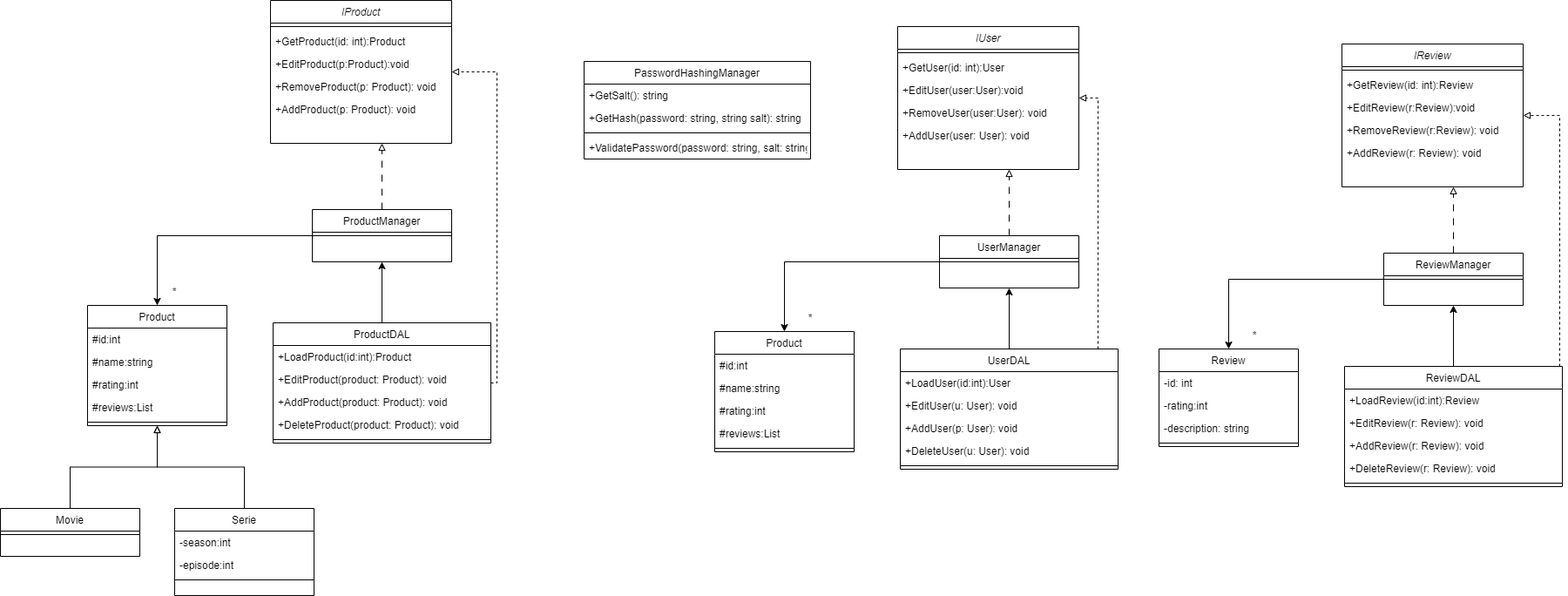
Before: Documentation/UML.png, a diagram exported from draw.io (nazim117/EuroMovie). Source tidied: cells renumbered, new cells last; positions are measured from the earlier drawing's top-left corner, leaving out a move shared by most shapes.
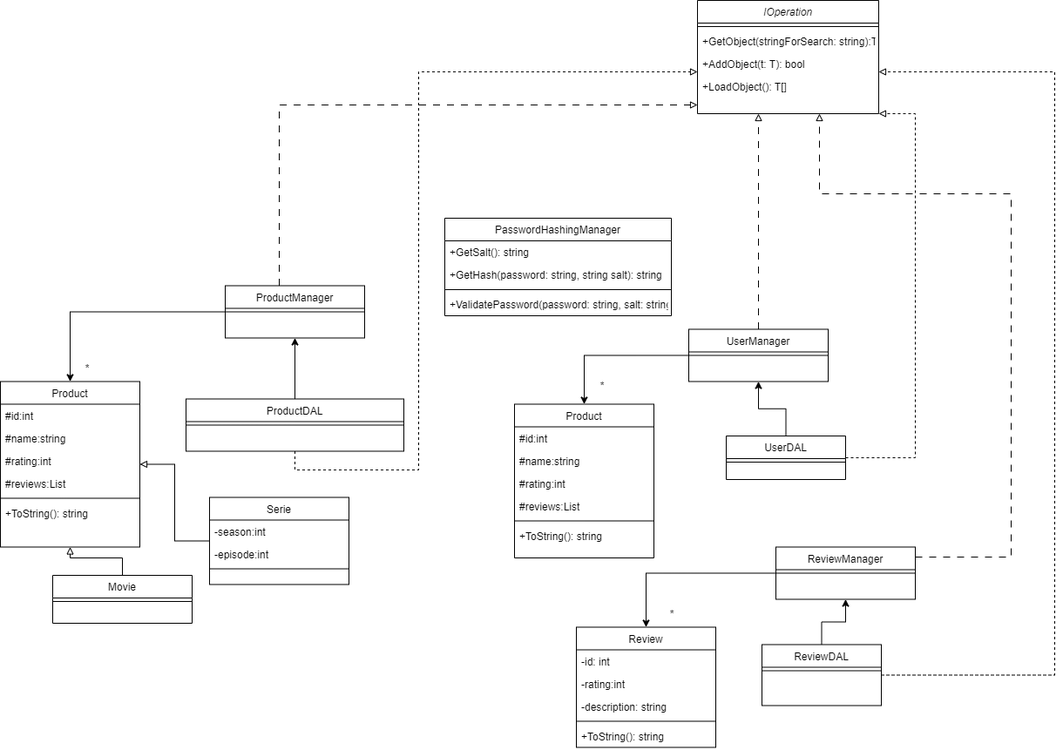
The same diagram one commit later.

Change to the diagram source:
```diff
@@ -4,4 +4,4 @@
     <mxCell id="1" parent="0" />
-    <mxCell id="2" value="IProduct" style="swimlane;fontStyle=2;align=center;verticalAlign=top;horizontal=1;startSize=26;rounded=0;shadow=0;strokeWidth=1;" parent="1" vertex="1">
-      <mxGeometry x="310" width="208" height="164" as="geometry" />
+    <mxCell id="2" value="IOperation" style="swimlane;fontStyle=2;align=center;verticalAlign=top;horizontal=1;startSize=26;rounded=0;shadow=0;strokeWidth=1;" parent="1" vertex="1">
+      <mxGeometry x="1050" y="-120" width="208" height="130" as="geometry" />
     </mxCell>
@@ -10,14 +10,11 @@
     </mxCell>
-    <mxCell id="4" value="+GetProduct(id: int):Product" style="text;align=left;verticalAlign=top;spacingLeft=4;spacingRight=4;overflow=hidden;rounded=0;shadow=0;html=0;" parent="2" vertex="1">
+    <mxCell id="4" value="+GetObject(stringForSearch: string):T" style="text;align=left;verticalAlign=top;spacingLeft=4;spacingRight=4;overflow=hidden;rounded=0;shadow=0;html=0;" parent="2" vertex="1">
       <mxGeometry y="34" width="208" height="26" as="geometry" />
     </mxCell>
-    <mxCell id="5" value="+EditProduct(p:Product):void" style="text;align=left;verticalAlign=top;spacingLeft=4;spacingRight=4;overflow=hidden;rounded=0;shadow=0;html=0;" parent="2" vertex="1">
-      <mxGeometry y="60" width="208" height="26" as="geometry" />
-    </mxCell>
-    <mxCell id="6" value="+RemoveProduct(p: Product): void" style="text;align=left;verticalAlign=top;spacingLeft=4;spacingRight=4;overflow=hidden;rounded=0;shadow=0;html=0;" parent="2" vertex="1">
-      <mxGeometry y="86" width="208" height="26" as="geometry" />
-    </mxCell>
-    <mxCell id="7" value="+AddProduct(p: Product): void" style="text;align=left;verticalAlign=top;spacingLeft=4;spacingRight=4;overflow=hidden;" parent="2" vertex="1">
-      <mxGeometry y="112" width="208" height="26" as="geometry" />
+    <mxCell id="7" value="+AddObject(t: T): bool" style="text;align=left;verticalAlign=top;spacingLeft=4;spacingRight=4;overflow=hidden;" parent="2" vertex="1">
+      <mxGeometry y="60" width="208" height="26" as="geometry" />
     </mxCell>
+    <mxCell id="89" value="+LoadObject(): T[]" style="text;align=left;verticalAlign=top;spacingLeft=4;spacingRight=4;overflow=hidden;" parent="2" vertex="1">
+      <mxGeometry y="86" width="208" height="26" as="geometry" />
+    </mxCell>
     <mxCell id="8" style="edgeStyle=orthogonalEdgeStyle;rounded=0;jettySize=auto;html=1;endArrow=block;endFill=0;" parent="1" edge="1" source="9" target="11">
@@ -26,3 +23,3 @@
     <mxCell id="9" value="Movie" style="swimlane;fontStyle=0;align=center;verticalAlign=top;horizontal=1;startSize=26;rounded=0;shadow=0;strokeWidth=1;" parent="1" vertex="1">
-      <mxGeometry y="583" width="160" height="55" as="geometry" />
+      <mxGeometry x="310" y="540" width="160" height="55" as="geometry" />
     </mxCell>
@@ -32,3 +29,3 @@
     <mxCell id="11" value="Product" style="swimlane;fontStyle=0;align=center;verticalAlign=top;horizontal=1;startSize=26;rounded=0;shadow=0;strokeWidth=1;" parent="1" vertex="1">
-      <mxGeometry x="100" y="350" width="160" height="138" as="geometry" />
+      <mxGeometry x="250" y="317.5" width="160" height="190" as="geometry" />
     </mxCell>
@@ -49,2 +46,5 @@
     </mxCell>
+    <mxCell id="90" value="+ToString(): string" style="text;align=left;verticalAlign=top;spacingLeft=4;spacingRight=4;overflow=hidden;" parent="11" vertex="1">
+      <mxGeometry y="138" width="160" height="26" as="geometry" />
+    </mxCell>
     <mxCell id="17" style="edgeStyle=orthogonalEdgeStyle;rounded=0;jettySize=auto;html=1;dashed=1;dashPattern=8 8;endArrow=block;endFill=0;" parent="1" edge="1" source="19" target="2">
@@ -52,3 +52,3 @@
         <Array as="points">
-          <mxPoint x="430" y="72" />
+          <mxPoint x="570" />
         </Array>
@@ -60,3 +60,3 @@
     <mxCell id="19" value="ProductManager" style="swimlane;fontStyle=0;align=center;verticalAlign=top;horizontal=1;startSize=26;rounded=0;shadow=0;strokeWidth=1;" parent="1" vertex="1">
-      <mxGeometry x="358" y="240" width="160" height="60" as="geometry" />
+      <mxGeometry x="508" y="207.5" width="160" height="60" as="geometry" />
     </mxCell>
@@ -69,3 +69,3 @@
     <mxCell id="22" value="Serie" style="swimlane;fontStyle=0;align=center;verticalAlign=top;horizontal=1;startSize=26;rounded=0;shadow=0;strokeWidth=1;" parent="1" vertex="1">
-      <mxGeometry x="200" y="583" width="160" height="100" as="geometry" />
+      <mxGeometry x="490" y="450.5" width="160" height="100" as="geometry" />
     </mxCell>
@@ -83,4 +83,5 @@
         <Array as="points">
-          <mxPoint x="570" y="439" />
-          <mxPoint x="570" y="82" />
+          <mxPoint x="588" y="419" />
+          <mxPoint x="730" y="419" />
+          <mxPoint x="730" y="-38" />
         </Array>
@@ -92,39 +93,9 @@
     <mxCell id="28" value="ProductDAL" style="swimlane;fontStyle=0;align=center;verticalAlign=top;horizontal=1;startSize=26;rounded=0;shadow=0;strokeWidth=1;" parent="1" vertex="1">
-      <mxGeometry x="313" y="370" width="250" height="138" as="geometry" />
+      <mxGeometry x="463" y="337.5" width="250" height="60" as="geometry" />
     </mxCell>
-    <mxCell id="29" value="+LoadProduct(id:int):Product" style="text;align=left;verticalAlign=top;spacingLeft=4;spacingRight=4;overflow=hidden;" parent="28" vertex="1">
-      <mxGeometry y="26" width="250" height="26" as="geometry" />
-    </mxCell>
-    <mxCell id="30" value="+EditProduct(product: Product): void" style="text;align=left;verticalAlign=top;spacingLeft=4;spacingRight=4;overflow=hidden;" parent="28" vertex="1">
-      <mxGeometry y="52" width="250" height="26" as="geometry" />
-    </mxCell>
-    <mxCell id="31" value="+AddProduct(product: Product): void" style="text;align=left;verticalAlign=top;spacingLeft=4;spacingRight=4;overflow=hidden;" parent="28" vertex="1">
-      <mxGeometry y="78" width="250" height="26" as="geometry" />
-    </mxCell>
-    <mxCell id="32" value="+DeleteProduct(product: Product): void" style="text;align=left;verticalAlign=top;spacingLeft=4;spacingRight=4;overflow=hidden;" parent="28" vertex="1">
-      <mxGeometry y="104" width="250" height="26" as="geometry" />
-    </mxCell>
     <mxCell id="33" style="line;html=1;strokeWidth=1;align=left;verticalAlign=middle;spacingTop=-1;spacingLeft=3;spacingRight=3;labelPosition=right;" parent="28" vertex="1">
-      <mxGeometry y="130" width="250" height="8" as="geometry" />
+      <mxGeometry y="26" width="250" height="8" as="geometry" />
     </mxCell>
-    <mxCell id="34" value="IUser" style="swimlane;fontStyle=2;align=center;verticalAlign=top;horizontal=1;startSize=26;rounded=0;shadow=0;strokeWidth=1;" parent="1" vertex="1">
-      <mxGeometry x="1030" y="30" width="208" height="164" as="geometry" />
-    </mxCell>
-    <mxCell id="35" style="line;html=1;strokeWidth=1;align=left;verticalAlign=middle;spacingTop=-1;spacingLeft=3;spacingRight=3;labelPosition=right;" parent="34" vertex="1">
-      <mxGeometry y="26" width="208" height="8" as="geometry" />
-    </mxCell>
-    <mxCell id="36" value="+GetUser(id: int):User" style="text;align=left;verticalAlign=top;spacingLeft=4;spacingRight=4;overflow=hidden;rounded=0;shadow=0;html=0;" parent="34" vertex="1">
-      <mxGeometry y="34" width="208" height="26" as="geometry" />
-    </mxCell>
-    <mxCell id="37" value="+EditUser(user:User):void" style="text;align=left;verticalAlign=top;spacingLeft=4;spacingRight=4;overflow=hidden;rounded=0;shadow=0;html=0;" parent="34" vertex="1">
-      <mxGeometry y="60" width="208" height="26" as="geometry" />
-    </mxCell>
-    <mxCell id="38" value="+RemoveUser(user:User): void" style="text;align=left;verticalAlign=top;spacingLeft=4;spacingRight=4;overflow=hidden;rounded=0;shadow=0;html=0;" parent="34" vertex="1">
-      <mxGeometry y="86" width="208" height="26" as="geometry" />
-    </mxCell>
-    <mxCell id="39" value="+AddUser(user: User): void" style="text;align=left;verticalAlign=top;spacingLeft=4;spacingRight=4;overflow=hidden;" parent="34" vertex="1">
-      <mxGeometry y="112" width="208" height="26" as="geometry" />
-    </mxCell>
     <mxCell id="40" value="Product" style="swimlane;fontStyle=0;align=center;verticalAlign=top;horizontal=1;startSize=26;rounded=0;shadow=0;strokeWidth=1;" parent="1" vertex="1">
-      <mxGeometry x="820" y="380" width="160" height="138" as="geometry" />
+      <mxGeometry x="840" y="343.5" width="160" height="176.5" as="geometry" />
     </mxCell>
@@ -145,6 +116,10 @@
     </mxCell>
+    <mxCell id="91" value="+ToString(): string" style="text;align=left;verticalAlign=top;spacingLeft=4;spacingRight=4;overflow=hidden;" parent="40" vertex="1">
+      <mxGeometry y="138" width="160" height="26" as="geometry" />
+    </mxCell>
-    <mxCell id="46" style="edgeStyle=orthogonalEdgeStyle;rounded=0;jettySize=auto;html=1;dashed=1;dashPattern=8 8;endArrow=block;endFill=0;" parent="1" edge="1" source="48" target="34">
+    <mxCell id="46" style="edgeStyle=orthogonalEdgeStyle;rounded=0;jettySize=auto;html=1;dashed=1;dashPattern=8 8;endArrow=block;endFill=0;" parent="1" edge="1" source="48" target="2">
       <mxGeometry relative="1" as="geometry">
         <Array as="points">
-          <mxPoint x="1150" y="102" />
+          <mxPoint x="1120" y="150" />
+          <mxPoint x="1120" y="150" />
         </Array>
@@ -156,3 +131,3 @@
     <mxCell id="48" value="UserManager" style="swimlane;fontStyle=0;align=center;verticalAlign=top;horizontal=1;startSize=26;rounded=0;shadow=0;strokeWidth=1;" parent="1" vertex="1">
-      <mxGeometry x="1078" y="270" width="160" height="60" as="geometry" />
+      <mxGeometry x="1040" y="257.5" width="160" height="60" as="geometry" />
     </mxCell>
@@ -161,6 +136,7 @@
     </mxCell>
-    <mxCell id="50" style="edgeStyle=orthogonalEdgeStyle;rounded=0;jettySize=auto;html=1;endArrow=block;endFill=0;dashed=1;" parent="1" edge="1" source="52" target="34">
+    <mxCell id="50" style="edgeStyle=orthogonalEdgeStyle;rounded=0;jettySize=auto;html=1;endArrow=block;endFill=0;dashed=1;" parent="1" edge="1" source="52" target="2">
       <mxGeometry relative="1" as="geometry">
         <Array as="points">
-          <mxPoint x="1260" y="112" />
+          <mxPoint x="1300" y="405" />
+          <mxPoint x="1300" y="10" />
         </Array>
@@ -172,39 +148,9 @@
     <mxCell id="52" value="UserDAL" style="swimlane;fontStyle=0;align=center;verticalAlign=top;horizontal=1;startSize=26;rounded=0;shadow=0;strokeWidth=1;" parent="1" vertex="1">
-      <mxGeometry x="1033" y="400" width="250" height="138" as="geometry" />
+      <mxGeometry x="1083" y="380" width="137" height="50" as="geometry" />
     </mxCell>
-    <mxCell id="53" value="+LoadUser(id:int):User" style="text;align=left;verticalAlign=top;spacingLeft=4;spacingRight=4;overflow=hidden;" parent="52" vertex="1">
-      <mxGeometry y="26" width="250" height="26" as="geometry" />
-    </mxCell>
-    <mxCell id="54" value="+EditUser(u: User): void" style="text;align=left;verticalAlign=top;spacingLeft=4;spacingRight=4;overflow=hidden;" parent="52" vertex="1">
-      <mxGeometry y="52" width="250" height="26" as="geometry" />
-    </mxCell>
-    <mxCell id="55" value="+AddUser(p: User): void" style="text;align=left;verticalAlign=top;spacingLeft=4;spacingRight=4;overflow=hidden;" parent="52" vertex="1">
-      <mxGeometry y="78" width="250" height="26" as="geometry" />
-    </mxCell>
-    <mxCell id="56" value="+DeleteUser(u: User): void" style="text;align=left;verticalAlign=top;spacingLeft=4;spacingRight=4;overflow=hidden;" parent="52" vertex="1">
-      <mxGeometry y="104" width="250" height="26" as="geometry" />
-    </mxCell>
     <mxCell id="57" style="line;html=1;strokeWidth=1;align=left;verticalAlign=middle;spacingTop=-1;spacingLeft=3;spacingRight=3;labelPosition=right;" parent="52" vertex="1">
-      <mxGeometry y="130" width="250" height="8" as="geometry" />
+      <mxGeometry y="26" width="137" height="8" as="geometry" />
     </mxCell>
-    <mxCell id="58" value="IReview" style="swimlane;fontStyle=2;align=center;verticalAlign=top;horizontal=1;startSize=26;rounded=0;shadow=0;strokeWidth=1;" parent="1" vertex="1">
-      <mxGeometry x="1540" y="50" width="208" height="164" as="geometry" />
-    </mxCell>
-    <mxCell id="59" style="line;html=1;strokeWidth=1;align=left;verticalAlign=middle;spacingTop=-1;spacingLeft=3;spacingRight=3;labelPosition=right;" parent="58" vertex="1">
-      <mxGeometry y="26" width="208" height="8" as="geometry" />
-    </mxCell>
-    <mxCell id="60" value="+GetReview(id: int):Review" style="text;align=left;verticalAlign=top;spacingLeft=4;spacingRight=4;overflow=hidden;rounded=0;shadow=0;html=0;" parent="58" vertex="1">
-      <mxGeometry y="34" width="208" height="26" as="geometry" />
-    </mxCell>
-    <mxCell id="61" value="+EditReview(r:Review):void" style="text;align=left;verticalAlign=top;spacingLeft=4;spacingRight=4;overflow=hidden;rounded=0;shadow=0;html=0;" parent="58" vertex="1">
-      <mxGeometry y="60" width="208" height="26" as="geometry" />
-    </mxCell>
-    <mxCell id="62" value="+RemoveReview(r:Review): void" style="text;align=left;verticalAlign=top;spacingLeft=4;spacingRight=4;overflow=hidden;rounded=0;shadow=0;html=0;" parent="58" vertex="1">
-      <mxGeometry y="86" width="208" height="26" as="geometry" />
-    </mxCell>
-    <mxCell id="63" value="+AddReview(r: Review): void" style="text;align=left;verticalAlign=top;spacingLeft=4;spacingRight=4;overflow=hidden;" parent="58" vertex="1">
-      <mxGeometry y="112" width="208" height="26" as="geometry" />
-    </mxCell>
     <mxCell id="64" value="Review" style="swimlane;fontStyle=0;align=center;verticalAlign=top;horizontal=1;startSize=26;rounded=0;shadow=0;strokeWidth=1;" parent="1" vertex="1">
-      <mxGeometry x="1330" y="400" width="160" height="112" as="geometry" />
+      <mxGeometry x="911" y="599.5" width="160" height="138" as="geometry" />
     </mxCell>
@@ -222,6 +168,11 @@
     </mxCell>
+    <mxCell id="92" value="+ToString(): string" style="text;align=left;verticalAlign=top;spacingLeft=4;spacingRight=4;overflow=hidden;" parent="64" vertex="1">
+      <mxGeometry y="112" width="160" height="26" as="geometry" />
+    </mxCell>
-    <mxCell id="69" style="edgeStyle=orthogonalEdgeStyle;rounded=0;jettySize=auto;html=1;dashed=1;dashPattern=8 8;endArrow=block;endFill=0;" parent="1" edge="1" source="71" target="58">
+    <mxCell id="69" style="edgeStyle=orthogonalEdgeStyle;rounded=0;jettySize=auto;html=1;dashed=1;dashPattern=8 8;endArrow=block;endFill=0;" parent="1" edge="1" source="71" target="2">
       <mxGeometry relative="1" as="geometry">
         <Array as="points">
-          <mxPoint x="1660" y="122" />
+          <mxPoint x="1410" y="519" />
+          <mxPoint x="1410" y="102" />
+          <mxPoint x="1190" y="102" />
         </Array>
@@ -233,3 +184,3 @@
     <mxCell id="71" value="ReviewManager" style="swimlane;fontStyle=0;align=center;verticalAlign=top;horizontal=1;startSize=26;rounded=0;shadow=0;strokeWidth=1;" parent="1" vertex="1">
-      <mxGeometry x="1588" y="290" width="160" height="60" as="geometry" />
+      <mxGeometry x="1140" y="507.5" width="160" height="60" as="geometry" />
     </mxCell>
@@ -238,6 +189,7 @@
     </mxCell>
-    <mxCell id="73" style="edgeStyle=orthogonalEdgeStyle;rounded=0;jettySize=auto;html=1;endArrow=block;endFill=0;dashed=1;" parent="1" edge="1" source="75" target="58">
+    <mxCell id="73" style="edgeStyle=orthogonalEdgeStyle;rounded=0;jettySize=auto;html=1;endArrow=block;endFill=0;dashed=1;" parent="1" edge="1" source="75" target="2">
       <mxGeometry relative="1" as="geometry">
         <Array as="points">
-          <mxPoint x="1790" y="132" />
+          <mxPoint x="1460" y="655" />
+          <mxPoint x="1460" y="-38" />
         </Array>
@@ -249,21 +201,9 @@
     <mxCell id="75" value="ReviewDAL" style="swimlane;fontStyle=0;align=center;verticalAlign=top;horizontal=1;startSize=26;rounded=0;shadow=0;strokeWidth=1;" parent="1" vertex="1">
-      <mxGeometry x="1543" y="420" width="250" height="138" as="geometry" />
+      <mxGeometry x="1124" y="619.5" width="137" height="70" as="geometry" />
     </mxCell>
-    <mxCell id="76" value="+LoadReview(id:int):Review" style="text;align=left;verticalAlign=top;spacingLeft=4;spacingRight=4;overflow=hidden;" parent="75" vertex="1">
-      <mxGeometry y="26" width="250" height="26" as="geometry" />
-    </mxCell>
-    <mxCell id="77" value="+EditReview(r: Review): void" style="text;align=left;verticalAlign=top;spacingLeft=4;spacingRight=4;overflow=hidden;" parent="75" vertex="1">
-      <mxGeometry y="52" width="250" height="26" as="geometry" />
-    </mxCell>
-    <mxCell id="78" value="+AddReview(r: Review): void" style="text;align=left;verticalAlign=top;spacingLeft=4;spacingRight=4;overflow=hidden;" parent="75" vertex="1">
-      <mxGeometry y="78" width="250" height="26" as="geometry" />
-    </mxCell>
-    <mxCell id="79" value="+DeleteReview(r: Review): void" style="text;align=left;verticalAlign=top;spacingLeft=4;spacingRight=4;overflow=hidden;" parent="75" vertex="1">
-      <mxGeometry y="104" width="250" height="26" as="geometry" />
-    </mxCell>
     <mxCell id="80" style="line;html=1;strokeWidth=1;align=left;verticalAlign=middle;spacingTop=-1;spacingLeft=3;spacingRight=3;labelPosition=right;" parent="75" vertex="1">
-      <mxGeometry y="130" width="250" height="8" as="geometry" />
+      <mxGeometry y="26" width="137" height="8" as="geometry" />
     </mxCell>
     <mxCell id="81" value="PasswordHashingManager" style="swimlane;fontStyle=0;align=center;verticalAlign=top;horizontal=1;startSize=26;rounded=0;shadow=0;strokeWidth=1;" parent="1" vertex="1">
-      <mxGeometry x="670" y="70" width="260" height="112" as="geometry" />
+      <mxGeometry x="760" y="130" width="260" height="112" as="geometry" />
     </mxCell>
@@ -282,9 +222,9 @@
     <mxCell id="86" value="*" style="text;html=1;strokeColor=none;fillColor=none;align=center;verticalAlign=middle;whiteSpace=wrap;rounded=0;" parent="1" vertex="1">
-      <mxGeometry x="1410" y="370" width="60" height="30" as="geometry" />
+      <mxGeometry x="991" y="569.5" width="60" height="30" as="geometry" />
     </mxCell>
     <mxCell id="87" value="*" style="text;html=1;strokeColor=none;fillColor=none;align=center;verticalAlign=middle;whiteSpace=wrap;rounded=0;" parent="1" vertex="1">
-      <mxGeometry x="900" y="350" width="60" height="30" as="geometry" />
+      <mxGeometry x="911" y="307.5" width="60" height="30" as="geometry" />
     </mxCell>
     <mxCell id="88" value="*" style="text;html=1;strokeColor=none;fillColor=none;align=center;verticalAlign=middle;whiteSpace=wrap;rounded=0;" parent="1" vertex="1">
-      <mxGeometry x="170" y="320" width="60" height="30" as="geometry" />
+      <mxGeometry x="320" y="287.5" width="60" height="30" as="geometry" />
     </mxCell>
```
